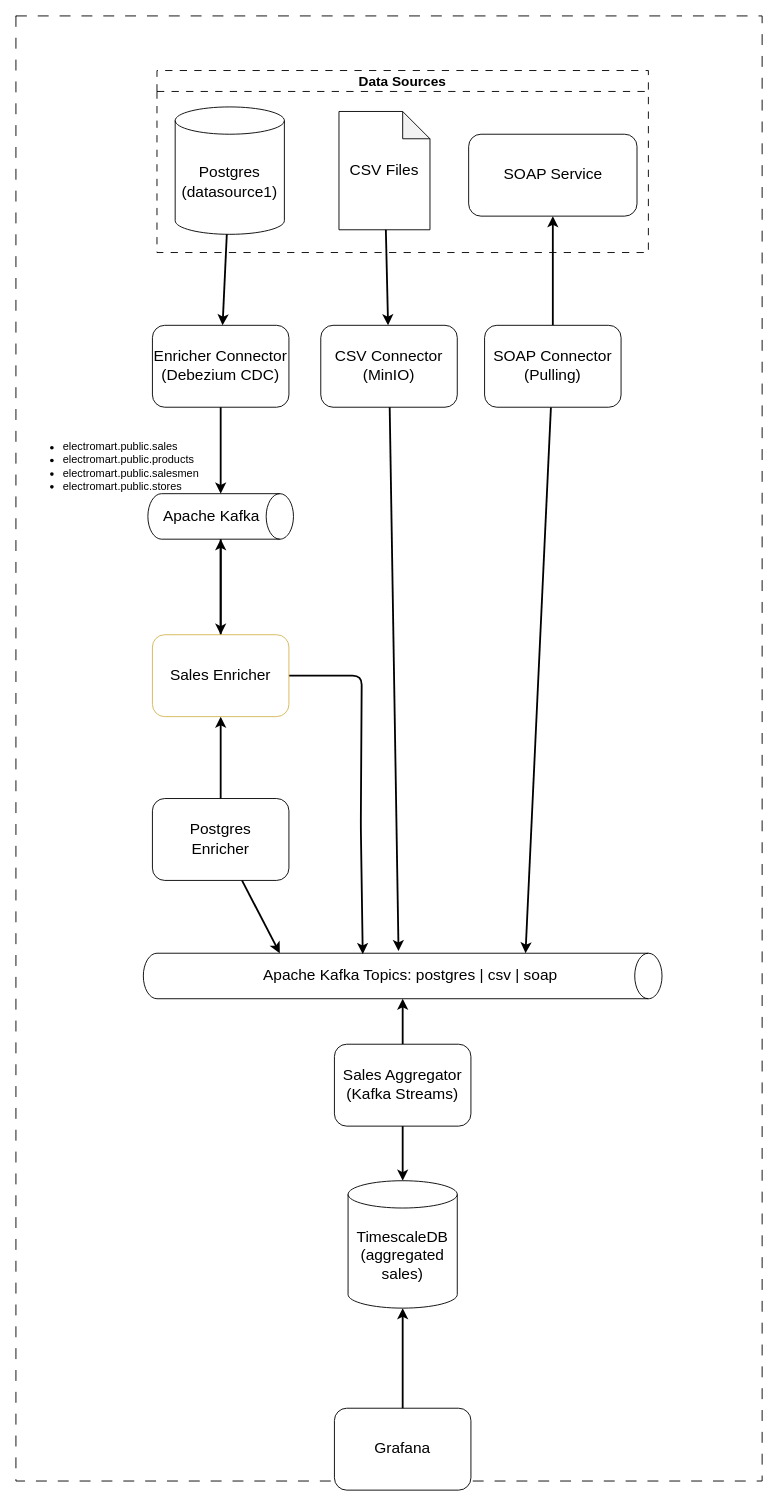
This is data/salesman-kata-v2/diagrams/solutions.drawio from codegik/team-red, a draw.io file, before an edit. Source tidied: cells renumbered, new cells numbered last; positions are measured from the earlier drawing's top-left corner, leaving out a move shared by most shapes. Both pictures are drawn from the tidied source at 91%, with x=0, y=0 at pixel (15, 15).
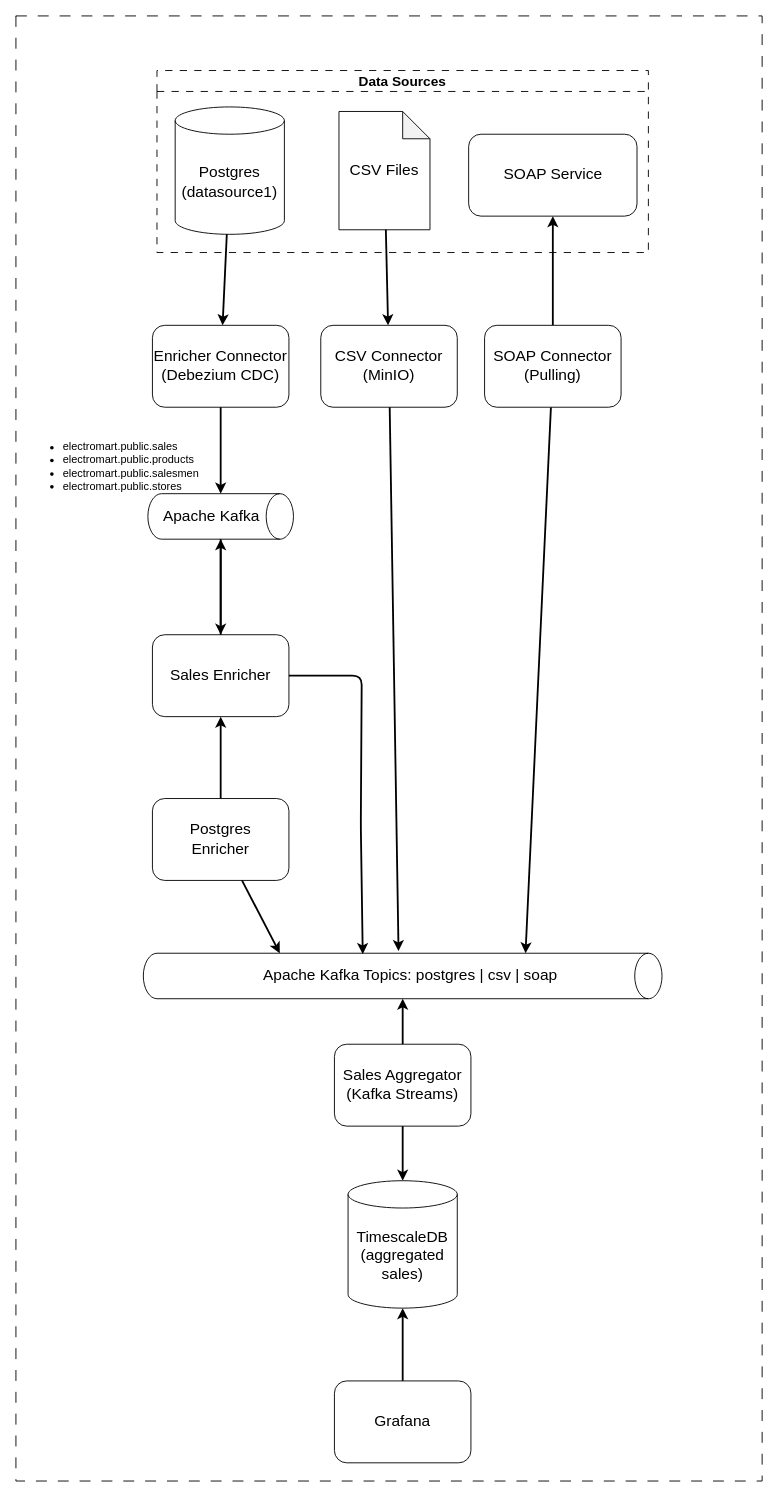
The same diagram, later.

Commit message (it also covers changes not shown here):
fixing sales enricher and png file

Change to the diagram source:
```diff
@@
     <mxCell id="27" value="&lt;span style=&quot;font-size: 17px;&quot;&gt;Grafana&lt;/span&gt;" style="rounded=1;whiteSpace=wrap;html=1;" parent="1" vertex="1">
-      <mxGeometry x="350" y="1530" width="150" height="90" as="geometry" />
+      <mxGeometry x="350" y="1500" width="150" height="90" as="geometry" />
     </mxCell>
@@
-    <mxCell id="33" value="&lt;font style=&quot;font-size: 17px;&quot;&gt;Sales Enricher&lt;/font&gt;" style="rounded=1;whiteSpace=wrap;html=1;fillColor=none;strokeColor=#D6B656;" parent="1" vertex="1">
+    <mxCell id="33" value="&lt;font style=&quot;font-size: 17px;&quot;&gt;Sales Enricher&lt;/font&gt;" style="rounded=1;whiteSpace=wrap;html=1;fillColor=none;strokeColor=default;" parent="1" vertex="1">
       <mxGeometry x="150" y="680" width="150" height="90" as="geometry" />
     </mxCell>
```
